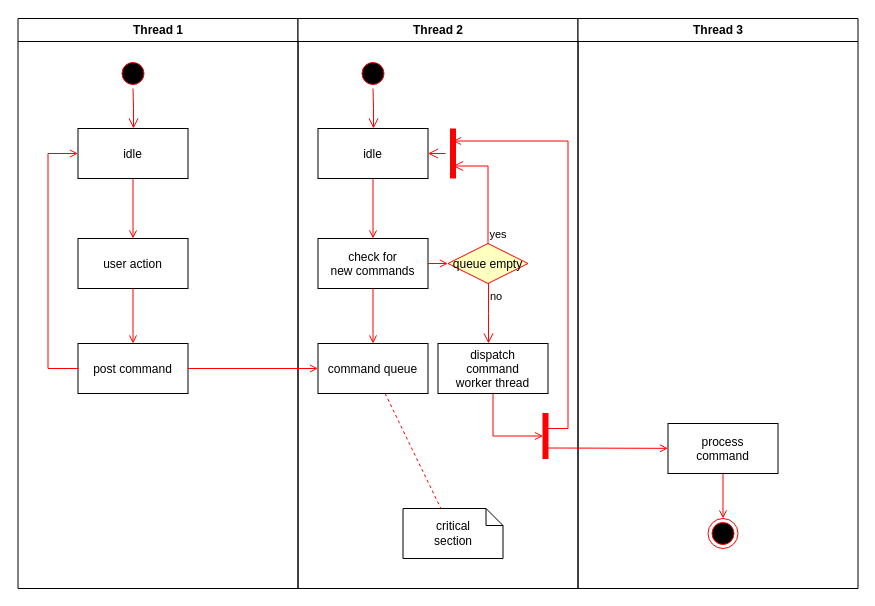
Rikiandri/Activty-diagram keeps this draw.io diagram as Untitled Diagram.drawio. Above is the earlier version. Source tidied: cells renumbered, new cells numbered last; positions are measured from the earlier drawing's top-left corner, leaving out a move shared by most shapes. Both pictures are drawn from the tidied source at 100%, with x=0, y=0 at pixel (17, 18).
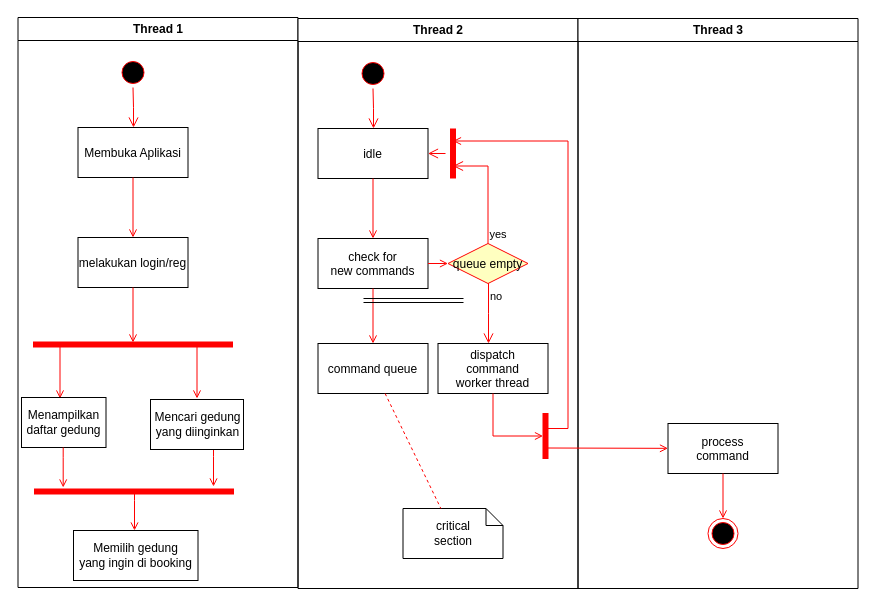
After the change.

Unchanged cells that the change refers to:
```xml
<mxCell id="17" value="command queue" parent="11" vertex="1">
  <mxGeometry x="20" y="325" width="110" height="50" as="geometry" />
</mxCell>
```

Change to the diagram source:
```diff
@@
-<mxGraphModel>
+<mxGraphModel background="#FFFFFF">
@@
     <mxCell id="2" value="Thread 1" style="swimlane;whiteSpace=wrap;" parent="1" vertex="1">
-      <mxGeometry x="0.5" width="280" height="570" as="geometry" />
+      <mxGeometry x="0.5" y="-1" width="280" height="570" as="geometry" />
     </mxCell>
@@
-    <mxCell id="5" value="idle" parent="2" vertex="1">
+    <mxCell id="5" value="Membuka Aplikasi" parent="2" vertex="1">
       <mxGeometry x="60" y="110" width="110" height="50" as="geometry" />
     </mxCell>
-    <mxCell id="6" value="user action" parent="2" vertex="1">
+    <mxCell id="6" value="melakukan login/reg" parent="2" vertex="1">
       <mxGeometry x="60" y="220" width="110" height="50" as="geometry" />
     </mxCell>
@@
-    <mxCell id="8" value="post command" parent="2" vertex="1">
-      <mxGeometry x="60" y="325" width="110" height="50" as="geometry" />
-    </mxCell>
-    <mxCell id="9" style="endArrow=open;strokeColor=#FF0000;endFill=1;rounded=0;" parent="2" edge="1" source="6" target="8">
-      <mxGeometry relative="1" as="geometry" />
+    <mxCell id="9" style="endArrow=open;strokeColor=#FF0000;endFill=1;rounded=0;" parent="2" edge="1" source="6">
+      <mxGeometry relative="1" as="geometry">
+        <mxPoint x="115" y="325" as="targetPoint" />
+      </mxGeometry>
     </mxCell>
-    <mxCell id="10" style="edgeStyle=elbowEdgeStyle;elbow=horizontal;strokeColor=#FF0000;endArrow=open;endFill=1;rounded=0;" parent="2" edge="1" source="8" target="5">
-      <mxGeometry relative="1" as="geometry">
-        <Array as="points">
-          <mxPoint x="30" y="250" />
-        </Array>
-      </mxGeometry>
-    </mxCell>
+    <mxCell id="37" style="shape=line;html=1;strokeWidth=6;strokeColor=#ff0000;" parent="2" vertex="1">
+      <mxGeometry x="15" y="322" width="200" height="10" as="geometry" />
+    </mxCell>
+    <mxCell id="38" style="endArrow=open;strokeColor=#FF0000;endFill=1;rounded=0;" parent="2" edge="1">
+      <mxGeometry relative="1" as="geometry">
+        <mxPoint x="42" y="326" as="sourcePoint" />
+        <mxPoint x="42" y="381" as="targetPoint" />
+      </mxGeometry>
+    </mxCell>
+    <mxCell id="39" value="&lt;div&gt;Menampilkan&lt;/div&gt;&lt;div&gt;daftar gedung&lt;/div&gt;" style="html=1;" parent="2" vertex="1">
+      <mxGeometry x="3.5" y="380" width="84.5" height="50" as="geometry" />
+    </mxCell>
+    <mxCell id="40" style="endArrow=open;strokeColor=#FF0000;endFill=1;rounded=0;" parent="2" edge="1">
+      <mxGeometry relative="1" as="geometry">
+        <mxPoint x="195.5" y="429" as="sourcePoint" />
+        <mxPoint x="195.5" y="469" as="targetPoint" />
+        <Array as="points">
+          <mxPoint x="195.5" y="439" />
+        </Array>
+      </mxGeometry>
+    </mxCell>
+    <mxCell id="41" style="endArrow=open;strokeColor=#FF0000;endFill=1;rounded=0;" parent="2" edge="1">
+      <mxGeometry relative="1" as="geometry">
+        <mxPoint x="45.2" y="430" as="sourcePoint" />
+        <mxPoint x="45.2" y="470" as="targetPoint" />
+        <Array as="points">
+          <mxPoint x="45.2" y="440" />
+        </Array>
+      </mxGeometry>
+    </mxCell>
+    <mxCell id="42" value="&lt;div&gt;Memilih gedung&lt;/div&gt;&lt;div&gt;yang ingin di booking&lt;br&gt;&lt;/div&gt;" style="html=1;" parent="2" vertex="1">
+      <mxGeometry x="55.5" y="513" width="124.5" height="50" as="geometry" />
+    </mxCell>
@@
-    <mxCell id="36" style="endArrow=open;strokeColor=#FF0000;endFill=1;rounded=0;" parent="1" edge="1" source="8" target="17">
-      <mxGeometry relative="1" as="geometry" />
-    </mxCell>
+    <mxCell id="43" style="shape=link;html=1;rounded=0;" parent="1" edge="1">
+      <mxGeometry relative="1" as="geometry">
+        <mxPoint x="346" y="282" as="sourcePoint" />
+        <mxPoint x="446" y="282" as="targetPoint" />
+      </mxGeometry>
+    </mxCell>
+    <mxCell id="44" style="endArrow=open;strokeColor=#FF0000;endFill=1;rounded=0;" parent="1" edge="1">
+      <mxGeometry relative="1" as="geometry">
+        <mxPoint x="179.5" y="325" as="sourcePoint" />
+        <mxPoint x="179.5" y="380" as="targetPoint" />
+      </mxGeometry>
+    </mxCell>
+    <mxCell id="45" value="&lt;div&gt;Mencari gedung&lt;/div&gt;&lt;div&gt;yang diinginkan&lt;br&gt;&lt;/div&gt;" style="html=1;" parent="1" vertex="1">
+      <mxGeometry x="133" y="381" width="93" height="50" as="geometry" />
+    </mxCell>
+    <mxCell id="46" style="shape=line;html=1;strokeWidth=6;strokeColor=#ff0000;" parent="1" vertex="1">
+      <mxGeometry x="16.5" y="468" width="200" height="10" as="geometry" />
+    </mxCell>
+    <mxCell id="47" style="endArrow=open;strokeColor=#FF0000;endFill=1;rounded=0;" parent="1" edge="1">
+      <mxGeometry relative="1" as="geometry">
+        <mxPoint x="117" y="472" as="sourcePoint" />
+        <mxPoint x="117" y="512" as="targetPoint" />
+        <Array as="points">
+          <mxPoint x="117" y="482" />
+        </Array>
+      </mxGeometry>
+    </mxCell>
```
